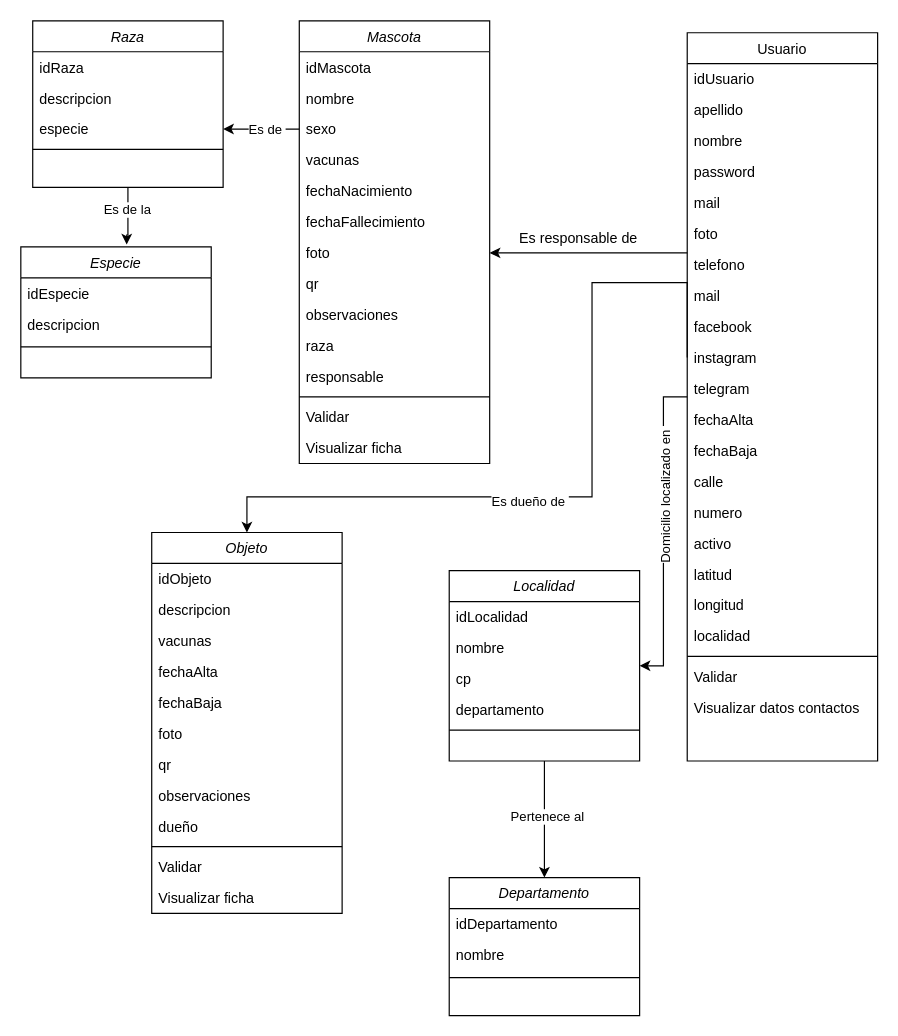
Earlier version of the draw.io diagram Untitled Diagram.drawio (nmaraz15/trabajoFinalSice). Source tidied: cells renumbered, new cells numbered last; positions are measured from the earlier drawing's top-left corner, leaving out a move shared by most shapes. Both pictures are drawn from the tidied source at 119%, with x=0, y=0 at pixel (20, 20).
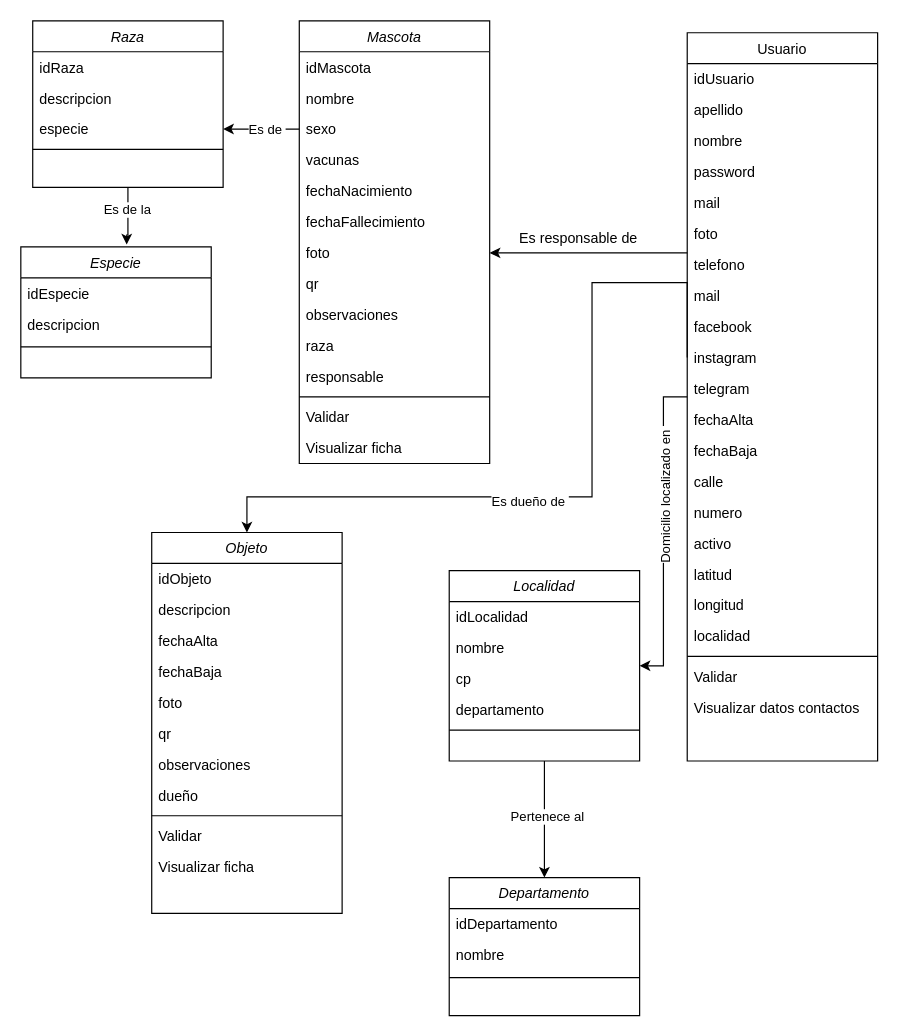
The same page after the edit.

The change refers to these unchanged cells:
```xml
<mxCell id="69" value="Objeto" style="swimlane;fontStyle=2;align=center;verticalAlign=top;horizontal=1;startSize=26;rounded=0;shadow=0;strokeWidth=1;" parent="1" vertex="1">
  <mxGeometry x="110" y="430" width="160" height="320" as="geometry" />
</mxCell>
```

What changed in the source:
```diff
@@
-    <mxCell id="72" value="vacunas" style="text;align=left;verticalAlign=top;spacingLeft=4;spacingRight=4;overflow=hidden;rounded=0;shadow=0;html=0;" parent="69" vertex="1">
-      <mxGeometry y="78" width="160" height="26" as="geometry" />
-    </mxCell>
     <mxCell id="73" value="fechaAlta" style="text;align=left;verticalAlign=top;spacingLeft=4;spacingRight=4;overflow=hidden;rounded=0;shadow=0;html=0;" parent="69" vertex="1">
-      <mxGeometry y="104" width="160" height="26" as="geometry" />
+      <mxGeometry y="78" width="160" height="26" as="geometry" />
     </mxCell>
     <mxCell id="74" value="fechaBaja" style="text;align=left;verticalAlign=top;spacingLeft=4;spacingRight=4;overflow=hidden;rounded=0;shadow=0;html=0;" parent="69" vertex="1">
-      <mxGeometry y="130" width="160" height="26" as="geometry" />
+      <mxGeometry y="104" width="160" height="26" as="geometry" />
     </mxCell>
     <mxCell id="75" value="foto" style="text;align=left;verticalAlign=top;spacingLeft=4;spacingRight=4;overflow=hidden;rounded=0;shadow=0;html=0;" parent="69" vertex="1">
-      <mxGeometry y="156" width="160" height="26" as="geometry" />
+      <mxGeometry y="130" width="160" height="26" as="geometry" />
     </mxCell>
     <mxCell id="76" value="qr" style="text;align=left;verticalAlign=top;spacingLeft=4;spacingRight=4;overflow=hidden;rounded=0;shadow=0;html=0;" parent="69" vertex="1">
-      <mxGeometry y="182" width="160" height="26" as="geometry" />
+      <mxGeometry y="156" width="160" height="26" as="geometry" />
     </mxCell>
     <mxCell id="77" value="observaciones" style="text;align=left;verticalAlign=top;spacingLeft=4;spacingRight=4;overflow=hidden;rounded=0;shadow=0;html=0;" parent="69" vertex="1">
-      <mxGeometry y="208" width="160" height="26" as="geometry" />
+      <mxGeometry y="182" width="160" height="26" as="geometry" />
     </mxCell>
     <mxCell id="78" value="dueño" style="text;align=left;verticalAlign=top;spacingLeft=4;spacingRight=4;overflow=hidden;" parent="69" vertex="1">
-      <mxGeometry y="234" width="160" height="26" as="geometry" />
+      <mxGeometry y="208" width="160" height="26" as="geometry" />
     </mxCell>
     <mxCell id="79" style="line;html=1;strokeWidth=1;align=left;verticalAlign=middle;spacingTop=-1;spacingLeft=3;spacingRight=3;labelPosition=right;" parent="69" vertex="1">
-      <mxGeometry y="260" width="160" height="8" as="geometry" />
+      <mxGeometry y="234" width="160" height="8" as="geometry" />
     </mxCell>
     <mxCell id="80" value="Validar&#10;" style="text;align=left;verticalAlign=top;spacingLeft=4;spacingRight=4;overflow=hidden;rounded=0;shadow=0;html=0;" parent="69" vertex="1">
-      <mxGeometry y="268" width="160" height="26" as="geometry" />
+      <mxGeometry y="242" width="160" height="26" as="geometry" />
     </mxCell>
     <mxCell id="81" value="Visualizar ficha" style="text;align=left;verticalAlign=top;spacingLeft=4;spacingRight=4;overflow=hidden;rounded=0;shadow=0;html=0;" parent="69" vertex="1">
-      <mxGeometry y="294" width="160" height="26" as="geometry" />
+      <mxGeometry y="268" width="160" height="26" as="geometry" />
     </mxCell>
```
